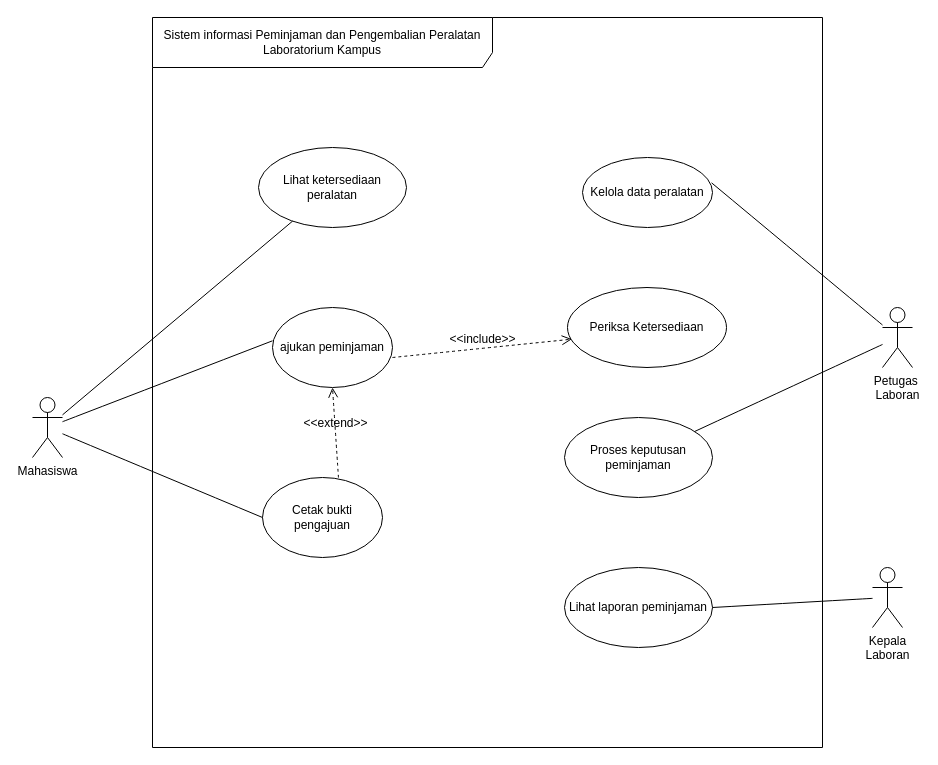
Earlier version of the draw.io diagram page "Halaman-1" (1 of 2) of 04_model_analisis/P03/LAB/P03_2406002_LAB_usecase_v01.drawio (MuhammadYusufFaturahman-55/IFRWP5149_2406002_LabAlat). Source tidied: cells renumbered, new cells numbered last; positions are measured from the earlier drawing's top-left corner, leaving out a move shared by most shapes. Both pictures are drawn from the tidied source at 100%, with x=0, y=0 at pixel (32, 17).
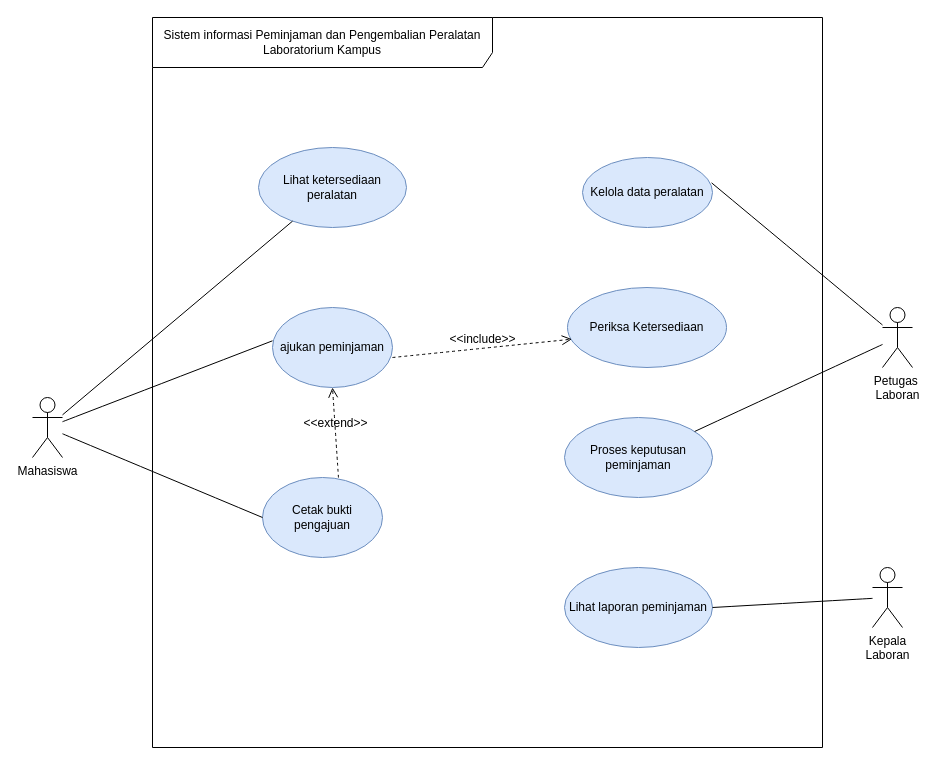
The same page after the edit.

Unchanged cells that the change refers to:
```xml
<mxCell id="2" value="Sistem informasi Peminjaman dan Pengembalian Peralatan Laboratorium Kampus" style="shape=umlFrame;whiteSpace=wrap;html=1;width=340;height=50;" parent="1" vertex="1">
  <mxGeometry x="120" width="670" height="730" as="geometry" />
</mxCell>
```

What changed in the source:
```diff
@@
-    <mxCell id="3" value="Lihat ketersediaan peralatan" style="ellipse;whiteSpace=wrap;html=1;shapeInside=1;" parent="2" vertex="1">
+    <mxCell id="3" value="Lihat ketersediaan peralatan" style="ellipse;whiteSpace=wrap;html=1;shapeInside=1;fillColor=#dae8fc;strokeColor=#6c8ebf;" parent="2" vertex="1">
       <mxGeometry x="106" y="130" width="148" height="80" as="geometry" />
     </mxCell>
-    <mxCell id="4" value="ajukan peminjaman" style="ellipse;whiteSpace=wrap;html=1;shapeInside=1;" parent="2" vertex="1">
+    <mxCell id="4" value="ajukan peminjaman" style="ellipse;whiteSpace=wrap;html=1;shapeInside=1;fillColor=#dae8fc;strokeColor=#6c8ebf;" parent="2" vertex="1">
       <mxGeometry x="120" y="290" width="120" height="80" as="geometry" />
     </mxCell>
-    <mxCell id="5" value="Cetak bukti pengajuan" style="ellipse;whiteSpace=wrap;html=1;shapeInside=1;" parent="2" vertex="1">
+    <mxCell id="5" value="Cetak bukti pengajuan" style="ellipse;whiteSpace=wrap;html=1;shapeInside=1;fillColor=#dae8fc;strokeColor=#6c8ebf;" parent="2" vertex="1">
       <mxGeometry x="110" y="460" width="120" height="80" as="geometry" />
     </mxCell>
-    <mxCell id="6" value="Kelola data peralatan" style="ellipse;whiteSpace=wrap;html=1;shapeInside=1;" parent="2" vertex="1">
+    <mxCell id="6" value="Kelola data peralatan" style="ellipse;whiteSpace=wrap;html=1;shapeInside=1;fillColor=#dae8fc;strokeColor=#6c8ebf;" parent="2" vertex="1">
       <mxGeometry x="430" y="140" width="130" height="70" as="geometry" />
     </mxCell>
-    <mxCell id="7" value="Periksa Ketersediaan" style="ellipse;whiteSpace=wrap;html=1;shapeInside=1;" parent="2" vertex="1">
+    <mxCell id="7" value="Periksa Ketersediaan" style="ellipse;whiteSpace=wrap;html=1;shapeInside=1;fillColor=#dae8fc;strokeColor=#6c8ebf;" parent="2" vertex="1">
       <mxGeometry x="415" y="270" width="159" height="80" as="geometry" />
     </mxCell>
-    <mxCell id="8" value="Proses keputusan peminjaman" style="ellipse;whiteSpace=wrap;html=1;shapeInside=1;" parent="2" vertex="1">
+    <mxCell id="8" value="Proses keputusan peminjaman" style="ellipse;whiteSpace=wrap;html=1;shapeInside=1;fillColor=#dae8fc;strokeColor=#6c8ebf;" parent="2" vertex="1">
       <mxGeometry x="412" y="400" width="148" height="80" as="geometry" />
     </mxCell>
-    <mxCell id="9" value="Lihat laporan peminjaman" style="ellipse;whiteSpace=wrap;html=1;shapeInside=1;" parent="2" vertex="1">
+    <mxCell id="9" value="Lihat laporan peminjaman" style="ellipse;whiteSpace=wrap;html=1;shapeInside=1;fillColor=#dae8fc;strokeColor=#6c8ebf;" parent="2" vertex="1">
       <mxGeometry x="412" y="550" width="148" height="80" as="geometry" />
     </mxCell>
```
